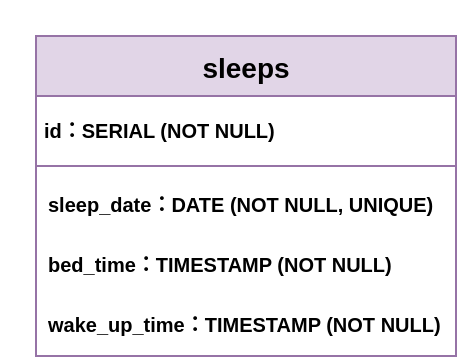
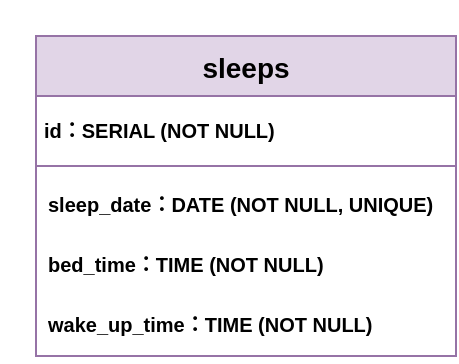
<mxfile host="65bd71144e">
    <diagram id="bAP44wHDMzVhDF1uv6pV" name="ページ1">
-         <mxGraphModel dx="936" dy="666" grid="1" gridSize="10" guides="1" tooltips="1" connect="1" arrows="1" fold="1" page="1" pageScale="1" pageWidth="827" pageHeight="1169" math="0" shadow="0">
+         <mxGraphModel dx="642" dy="404" grid="1" gridSize="10" guides="1" tooltips="1" connect="1" arrows="1" fold="1" page="1" pageScale="1" pageWidth="827" pageHeight="1169" math="0" shadow="0">
            <root>
                <mxCell id="0"/>
                <mxCell id="1" parent="0"/>
                <mxCell id="34" style="edgeStyle=none;html=1;exitX=0;exitY=0;exitDx=0;exitDy=0;entryX=0;entryY=0;entryDx=0;entryDy=0;" parent="1" edge="1">
                    <mxGeometry relative="1" as="geometry">
                        <mxPoint x="390" y="270" as="targetPoint"/>
                        <mxPoint x="390" y="270" as="sourcePoint"/>
                    </mxGeometry>
                </mxCell>
                <mxCell id="37" value="sleeps" style="swimlane;fontStyle=1;childLayout=stackLayout;horizontal=1;startSize=30;horizontalStack=0;resizeParent=1;resizeParentMax=0;resizeLast=0;collapsible=1;marginBottom=0;align=center;fontSize=14;fillColor=#e1d5e7;strokeColor=#9673a6;" parent="1" vertex="1">
                    <mxGeometry x="400" y="280" width="210" height="160" as="geometry"/>
                </mxCell>
                <mxCell id="38" value="&lt;font style=&quot;font-size: 10px;&quot;&gt;id：SERIAL (NOT NULL)&lt;/font&gt;" style="text;strokeColor=none;fillColor=none;spacingLeft=4;spacingRight=0;overflow=hidden;rotatable=0;points=[[0,0.5],[1,0.5]];portConstraint=eastwest;fontSize=12;whiteSpace=wrap;html=1;fontStyle=1;spacing=0;spacingTop=5;" parent="37" vertex="1">
                    <mxGeometry y="30" width="210" height="30" as="geometry"/>
                </mxCell>
                <mxCell id="56" value="" style="line;strokeWidth=1;rotatable=0;dashed=0;labelPosition=right;align=left;verticalAlign=middle;spacingTop=0;spacingLeft=6;points=[];portConstraint=eastwest;fillColor=#e1d5e7;strokeColor=#9673a6;" parent="37" vertex="1">
                    <mxGeometry y="60" width="210" height="10" as="geometry"/>
                </mxCell>
                <mxCell id="39" value="&lt;span style=&quot;font-size: 10px;&quot;&gt;sleep_date：DATE (NOT NULL, UNIQUE)&lt;/span&gt;" style="text;strokeColor=none;fillColor=none;spacingLeft=4;spacingRight=4;overflow=hidden;rotatable=0;points=[[0,0.5],[1,0.5]];portConstraint=eastwest;fontSize=12;whiteSpace=wrap;html=1;fontStyle=1" parent="37" vertex="1">
                    <mxGeometry y="70" width="210" height="30" as="geometry"/>
                </mxCell>
-                 <mxCell id="40" value="&lt;font style=&quot;font-size: 10px;&quot;&gt;&lt;b style=&quot;&quot;&gt;bed_time：TIMESTAMP (NOT NULL)&lt;/b&gt;&lt;/font&gt;" style="text;strokeColor=none;fillColor=none;spacingLeft=4;spacingRight=4;overflow=hidden;rotatable=0;points=[[0,0.5],[1,0.5]];portConstraint=eastwest;fontSize=12;whiteSpace=wrap;html=1;" parent="37" vertex="1">
+                 <mxCell id="40" value="&lt;font style=&quot;font-size: 10px;&quot;&gt;&lt;b style=&quot;&quot;&gt;bed_time：TIME (NOT NULL)&lt;/b&gt;&lt;/font&gt;" style="text;strokeColor=none;fillColor=none;spacingLeft=4;spacingRight=4;overflow=hidden;rotatable=0;points=[[0,0.5],[1,0.5]];portConstraint=eastwest;fontSize=12;whiteSpace=wrap;html=1;" parent="37" vertex="1">
                    <mxGeometry y="100" width="210" height="30" as="geometry"/>
                </mxCell>
-                 <mxCell id="60" value="&lt;span style=&quot;font-size: 10px;&quot;&gt;&lt;b&gt;wake_up_time：TIMESTAMP (NOT NULL)&lt;/b&gt;&lt;/span&gt;" style="text;strokeColor=none;fillColor=none;spacingLeft=4;spacingRight=4;overflow=hidden;rotatable=0;points=[[0,0.5],[1,0.5]];portConstraint=eastwest;fontSize=12;whiteSpace=wrap;html=1;" parent="37" vertex="1">
+                 <mxCell id="60" value="&lt;span style=&quot;font-size: 10px;&quot;&gt;&lt;b&gt;wake_up_time：TIME (NOT NULL)&lt;/b&gt;&lt;/span&gt;" style="text;strokeColor=none;fillColor=none;spacingLeft=4;spacingRight=4;overflow=hidden;rotatable=0;points=[[0,0.5],[1,0.5]];portConstraint=eastwest;fontSize=12;whiteSpace=wrap;html=1;" parent="37" vertex="1">
                    <mxGeometry y="130" width="210" height="30" as="geometry"/>
                </mxCell>
            </root>
        </mxGraphModel>
    </diagram>
</mxfile>